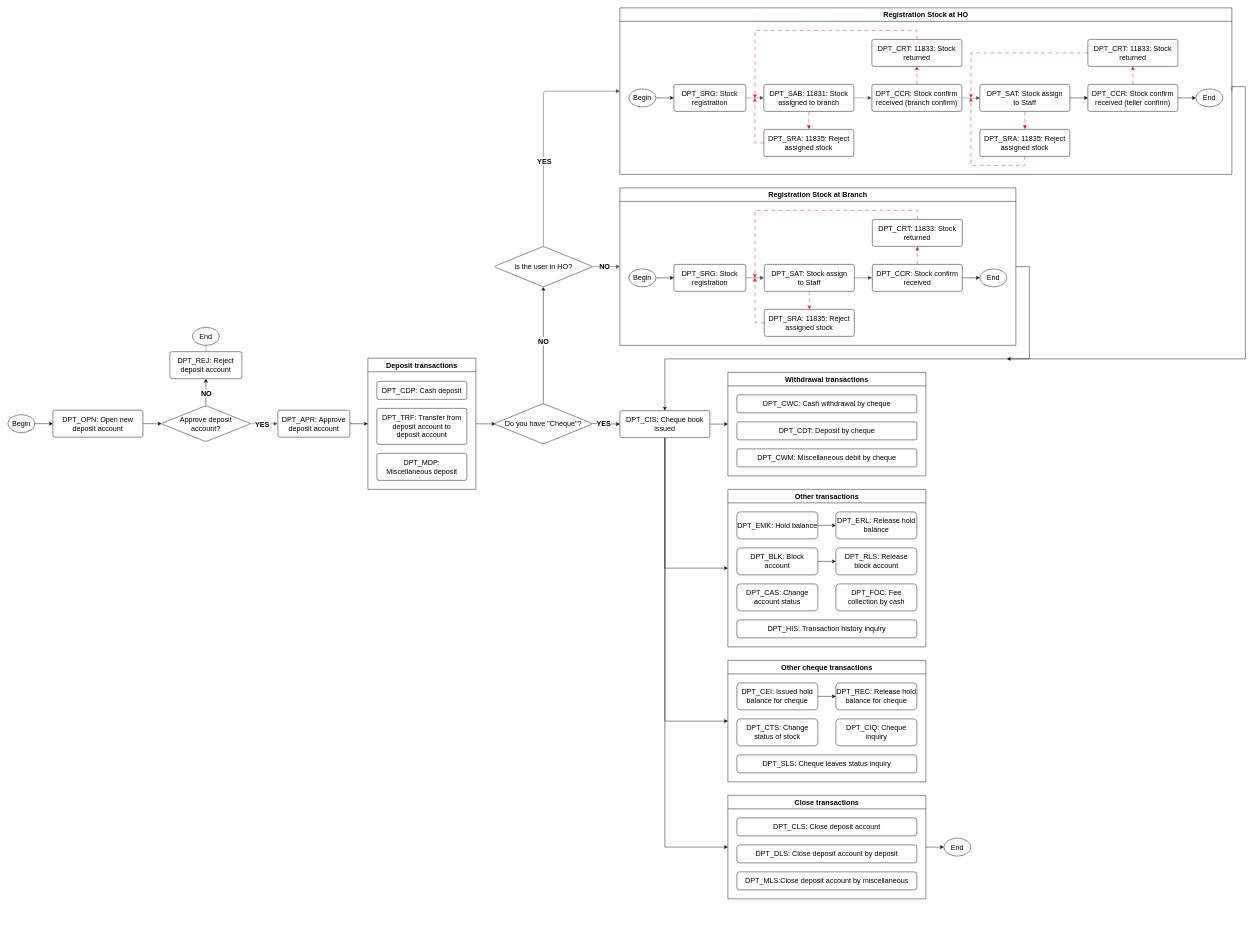
Above: page "Savings" (2 of 4) of DepositProcess.drawio in nhidy/my-drawio (draw.io), before the change. Source tidied: cells renumbered, new cells numbered last; positions are measured from the earlier drawing's top-left corner, leaving out a move shared by most shapes. Both pictures are drawn from the tidied source at 45%, with x=0, y=0 at pixel (8, 8).
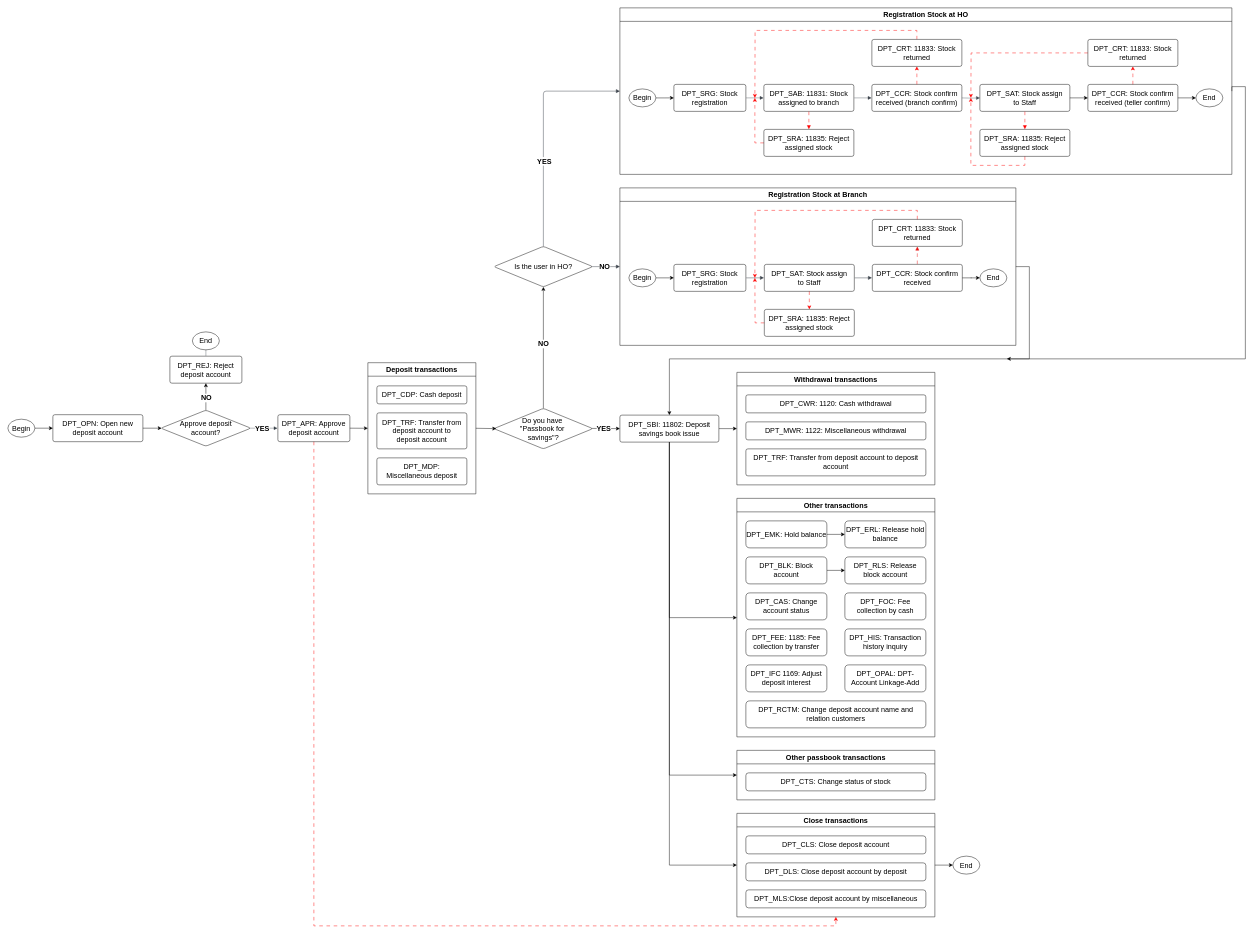
The same diagram, later.

Unchanged cells that the change refers to:
```xml
<mxCell id="39" value="Registration Stock at Branch" style="swimlane;whiteSpace=wrap;html=1;fontSize=16;startSize=30;" parent="1" vertex="1">
  <mxGeometry x="1360" y="400" width="880" height="350" as="geometry" />
</mxCell>
```

The edit, as a diff of the source:
```diff
@@
     <mxCell id="2" value="DPT_OPN: Open new deposit account" style="html=1;overflow=block;blockSpacing=1;whiteSpace=wrap;fontSize=16;spacing=9;strokeOpacity=100;fillOpacity=0;rounded=1;absoluteArcSize=1;arcSize=9;fillColor=#000000;strokeWidth=1;lucidId=C0K84pjTFIGe;labelBackgroundColor=none;" parent="1" vertex="1">
-      <mxGeometry x="100" y="894" width="200" height="60" as="geometry" />
+      <mxGeometry x="100" y="904" width="200" height="60" as="geometry" />
     </mxCell>
@@
     <mxCell id="5" value="Approve deposit account?" style="html=1;overflow=block;blockSpacing=1;whiteSpace=wrap;rhombus;fontSize=16;spacing=9;strokeOpacity=100;fillOpacity=0;rounded=1;absoluteArcSize=1;arcSize=9;fillColor=#000000;strokeWidth=1;lucidId=C0K8-goSnGRA;labelBackgroundColor=none;" parent="1" vertex="1">
-      <mxGeometry x="340" y="884" width="200" height="80" as="geometry" />
+      <mxGeometry x="340" y="894" width="200" height="80" as="geometry" />
     </mxCell>
     <mxCell id="6" value="DPT_REJ: Reject deposit account" style="html=1;overflow=block;blockSpacing=1;whiteSpace=wrap;fontSize=16;spacing=9;strokeOpacity=100;rounded=1;absoluteArcSize=1;arcSize=9;strokeWidth=1;lucidId=E1K8_GnM5wsY;labelBackgroundColor=none;fillColor=none;" parent="1" vertex="1">
-      <mxGeometry x="360" y="764" width="160" height="60" as="geometry" />
+      <mxGeometry x="360" y="774" width="160" height="60" as="geometry" />
     </mxCell>
@@
+    <mxCell id="109" style="edgeStyle=orthogonalEdgeStyle;rounded=0;jettySize=auto;html=1;exitX=0.5;exitY=1;exitDx=0;exitDy=0;entryX=0.5;entryY=1;entryDx=0;entryDy=0;dashed=1;dashPattern=8 8;strokeColor=#FF0000;" parent="1" edge="1" source="9" target="101">
+      <mxGeometry relative="1" as="geometry" />
+    </mxCell>
     <mxCell id="9" value="DPT_APR: Approve deposit account" style="html=1;overflow=block;blockSpacing=1;whiteSpace=wrap;fontSize=16;spacing=9;strokeOpacity=100;rounded=1;absoluteArcSize=1;arcSize=9;strokeWidth=1;lucidId=Q2K8Qx9mygk0;labelBackgroundColor=none;fillColor=none;" parent="1" vertex="1">
-      <mxGeometry x="600" y="894" width="160" height="60" as="geometry" />
+      <mxGeometry x="600" y="904" width="160" height="60" as="geometry" />
     </mxCell>
@@
-    <mxCell id="14" value="DPT_CIS: Cheque book issued" style="html=1;overflow=block;blockSpacing=1;whiteSpace=wrap;fontSize=16;spacing=9;strokeOpacity=100;rounded=1;absoluteArcSize=1;arcSize=9;strokeWidth=1;lucidId=A4K8zdcVxU0g;labelBackgroundColor=none;" parent="1" vertex="1">
-      <mxGeometry x="1360" y="895" width="200" height="60" as="geometry" />
+    <mxCell id="14" value="DPT_SBI: 11802: Deposit savings book issue" style="html=1;overflow=block;blockSpacing=1;whiteSpace=wrap;fontSize=16;spacing=9;strokeOpacity=100;rounded=1;absoluteArcSize=1;arcSize=9;strokeWidth=1;lucidId=A4K8zdcVxU0g;labelBackgroundColor=none;" parent="1" vertex="1">
+      <mxGeometry x="1360" y="905" width="220" height="60" as="geometry" />
     </mxCell>
@@
-    <mxCell id="17" value="Do you have &quot;Cheque&quot;?" style="html=1;overflow=block;blockSpacing=1;whiteSpace=wrap;rhombus;fontSize=16;spacing=9;strokeOpacity=100;fillOpacity=0;rounded=1;absoluteArcSize=1;arcSize=9;fillColor=#000000;strokeWidth=1;lucidId=m6K8SB-cduvH;labelBackgroundColor=none;" parent="1" vertex="1">
-      <mxGeometry x="1080" y="879.2" width="220" height="90" as="geometry" />
+    <mxCell id="17" value="Do you have&amp;nbsp;&lt;div&gt;&quot;Passbook&amp;nbsp;&lt;span style=&quot;background-color: transparent; color: light-dark(rgb(0, 0, 0), rgb(255, 255, 255));&quot;&gt;for&amp;nbsp;&lt;/span&gt;&lt;/div&gt;&lt;div&gt;&lt;span style=&quot;background-color: transparent; color: light-dark(rgb(0, 0, 0), rgb(255, 255, 255));&quot;&gt;savings&quot;?&lt;/span&gt;&lt;/div&gt;" style="html=1;overflow=block;blockSpacing=1;whiteSpace=wrap;rhombus;fontSize=16;spacing=9;strokeOpacity=100;fillOpacity=0;rounded=1;absoluteArcSize=1;arcSize=9;fillColor=#000000;strokeWidth=1;lucidId=m6K8SB-cduvH;labelBackgroundColor=none;" parent="1" vertex="1">
+      <mxGeometry x="1080" y="890" width="220" height="90" as="geometry" />
     </mxCell>
@@
     <mxCell id="23" style="html=1;jettySize=18;whiteSpace=wrap;fontSize=16;strokeColor=#3a414a;strokeOpacity=100;strokeWidth=0.8;rounded=1;arcSize=12;edgeStyle=orthogonalEdgeStyle;startArrow=none;endArrow=block;endFill=1;exitX=0.5;exitY=-0.01;exitPerimeter=0;entryX=0.5;entryY=1.015;entryPerimeter=0;lucidId=2zL8Nh6T.o6e;labelBackgroundColor=none;" parent="1" edge="1" source="6">
       <mxGeometry relative="1" as="geometry">
-        <mxPoint x="440" y="724.6" as="targetPoint" />
+        <mxPoint x="440" y="734.6" as="targetPoint" />
       </mxGeometry>
     </mxCell>
     <mxCell id="24" value="End" style="html=1;overflow=block;blockSpacing=1;whiteSpace=wrap;ellipse;fontSize=16;spacing=9;strokeOpacity=100;rounded=1;absoluteArcSize=1;arcSize=9;strokeWidth=NaN;lucidId=2zL8Q2and7EK;labelBackgroundColor=none;" parent="1" vertex="1">
-      <mxGeometry x="410" y="710" width="60" height="40" as="geometry" />
+      <mxGeometry x="410" y="720" width="60" height="40" as="geometry" />
     </mxCell>
@@
     <mxCell id="27" value="&lt;font&gt;Begin&lt;/font&gt;" style="ellipse;whiteSpace=wrap;html=1;fontSize=16;" parent="1" vertex="1">
-      <mxGeometry y="904" width="60" height="40" as="geometry" />
+      <mxGeometry y="914" width="60" height="40" as="geometry" />
     </mxCell>
     <mxCell id="28" value="Deposit transactions" style="swimlane;whiteSpace=wrap;html=1;fontSize=16;startSize=30;" parent="1" vertex="1">
-      <mxGeometry x="800" y="778.5" width="240" height="291.5" as="geometry" />
+      <mxGeometry x="800" y="788.5" width="240" height="291.5" as="geometry" />
     </mxCell>
@@
-    <mxCell id="32" style="endArrow=classic;html=1;rounded=0;exitX=1;exitY=0.5;exitDx=0;exitDy=0;fontSize=16;entryX=0.016;entryY=0.503;entryDx=0;entryDy=0;entryPerimeter=0;" parent="1" edge="1" source="28" target="17">
+    <mxCell id="32" style="endArrow=classic;html=1;rounded=0;exitX=1;exitY=0.5;exitDx=0;exitDy=0;fontSize=16;entryX=0.024;entryY=0.5;entryDx=0;entryDy=0;entryPerimeter=0;" parent="1" edge="1" source="28" target="17">
       <mxGeometry relative="1" as="geometry" />
     </mxCell>
@@
     <mxCell id="34" value="Withdrawal transactions" style="swimlane;whiteSpace=wrap;html=1;fontSize=16;startSize=30;" parent="1" vertex="1">
-      <mxGeometry x="1600" y="810" width="440" height="230" as="geometry" />
+      <mxGeometry x="1620" y="810" width="440" height="250" as="geometry" />
     </mxCell>
-    <mxCell id="35" value="DPT_CWC: Cash withdrawal by cheque" style="html=1;overflow=block;blockSpacing=1;whiteSpace=wrap;fontSize=16;spacing=9;strokeOpacity=100;rounded=1;absoluteArcSize=1;arcSize=9;strokeWidth=1;lucidId=Bm08SP1lj_z.;labelBackgroundColor=none;" parent="34" vertex="1">
+    <mxCell id="35" value="DPT_CWR: 1120: Cash withdrawal" style="html=1;overflow=block;blockSpacing=1;whiteSpace=wrap;fontSize=16;spacing=9;strokeOpacity=100;rounded=1;absoluteArcSize=1;arcSize=9;strokeWidth=1;lucidId=Bm08SP1lj_z.;labelBackgroundColor=none;" parent="34" vertex="1">
       <mxGeometry x="20" y="50" width="400" height="40" as="geometry" />
     </mxCell>
-    <mxCell id="36" value="DPT_CDT: Deposit by cheque" style="html=1;overflow=block;blockSpacing=1;whiteSpace=wrap;fontSize=16;spacing=9;strokeOpacity=100;rounded=1;absoluteArcSize=1;arcSize=9;strokeWidth=1;lucidId=zyL8M3RWzBDG;labelBackgroundColor=none;" parent="34" vertex="1">
+    <mxCell id="36" value="DPT_MWR: 1122: Miscellaneous withdrawal" style="html=1;overflow=block;blockSpacing=1;whiteSpace=wrap;fontSize=16;spacing=9;strokeOpacity=100;rounded=1;absoluteArcSize=1;arcSize=9;strokeWidth=1;lucidId=zyL8M3RWzBDG;labelBackgroundColor=none;" parent="34" vertex="1">
       <mxGeometry x="20" y="110" width="400" height="40" as="geometry" />
     </mxCell>
-    <mxCell id="37" value="DPT_CWM: Miscellaneous debit by cheque" style="html=1;overflow=block;blockSpacing=1;whiteSpace=wrap;fontSize=16;spacing=9;strokeOpacity=100;rounded=1;absoluteArcSize=1;arcSize=9;strokeWidth=1;lucidId=bn08uZzj-w-n;labelBackgroundColor=none;" parent="34" vertex="1">
-      <mxGeometry x="20" y="170" width="400" height="40" as="geometry" />
+    <mxCell id="37" value="DPT_TRF: Transfer from deposit account to deposit account" style="html=1;overflow=block;blockSpacing=1;whiteSpace=wrap;fontSize=16;spacing=9;strokeOpacity=100;rounded=1;absoluteArcSize=1;arcSize=9;strokeWidth=1;lucidId=bn08uZzj-w-n;labelBackgroundColor=none;" parent="34" vertex="1">
+      <mxGeometry x="20" y="170" width="400" height="60" as="geometry" />
     </mxCell>
     <mxCell id="38" style="edgeStyle=orthogonalEdgeStyle;rounded=0;jettySize=auto;html=1;exitX=1;exitY=0.5;exitDx=0;exitDy=0;entryX=0.5;entryY=0;entryDx=0;entryDy=0;fontSize=16;" parent="1" edge="1" source="39" target="14">
       <mxGeometry relative="1" as="geometry">
         <Array as="points">
           <mxPoint x="2270" y="575" />
           <mxPoint x="2270" y="780" />
-          <mxPoint x="1460" y="780" />
+          <mxPoint x="1470" y="780" />
         </Array>
       </mxGeometry>
     </mxCell>
@@
     <mxCell id="82" value="Other transactions" style="swimlane;whiteSpace=wrap;html=1;fontSize=16;startSize=30;" parent="1" vertex="1">
-      <mxGeometry x="1600" y="1070" width="440" height="350" as="geometry" />
+      <mxGeometry x="1620" y="1090" width="440" height="530" as="geometry" />
     </mxCell>
@@
     <mxCell id="90" value="DPT_HIS: Transaction history inquiry" style="rounded=1;whiteSpace=wrap;html=1;fontSize=16;" parent="82" vertex="1">
-      <mxGeometry x="20" y="290" width="400" height="40" as="geometry" />
+      <mxGeometry x="240" y="290" width="180" height="60" as="geometry" />
     </mxCell>
@@
+    <mxCell id="110" value="DPT_FEE: 1185: Fee collection by transfer" style="rounded=1;whiteSpace=wrap;html=1;fontSize=16;" parent="82" vertex="1">
+      <mxGeometry x="20" y="290" width="180" height="60" as="geometry" />
+    </mxCell>
+    <mxCell id="111" value="DPT_IFC&lt;span style=&quot;white-space:pre&quot;&gt;&#9;&lt;/span&gt;1169: Adjust deposit interest" style="rounded=1;whiteSpace=wrap;html=1;fontSize=16;" parent="82" vertex="1">
+      <mxGeometry x="20" y="370" width="180" height="60" as="geometry" />
+    </mxCell>
+    <mxCell id="112" value="DPT_RCTM: Change deposit account name and relation customers" style="rounded=1;whiteSpace=wrap;html=1;fontSize=16;" parent="82" vertex="1">
+      <mxGeometry x="20" y="450" width="400" height="60" as="geometry" />
+    </mxCell>
+    <mxCell id="113" value="DPT_OPAL: DPT-Account Linkage-Add" style="rounded=1;whiteSpace=wrap;html=1;fontSize=16;" parent="82" vertex="1">
+      <mxGeometry x="240" y="370" width="180" height="60" as="geometry" />
+    </mxCell>
-    <mxCell id="92" value="Other cheque transactions" style="swimlane;whiteSpace=wrap;html=1;fontSize=16;startSize=30;" parent="1" vertex="1">
-      <mxGeometry x="1600" y="1450" width="440" height="270" as="geometry" />
+    <mxCell id="92" value="Other passbook transactions" style="swimlane;whiteSpace=wrap;html=1;fontSize=16;startSize=30;" parent="1" vertex="1">
+      <mxGeometry x="1620" y="1650" width="440" height="110" as="geometry" />
     </mxCell>
@@
-    <mxCell id="94" style="edgeStyle=orthogonalEdgeStyle;rounded=0;jettySize=auto;html=1;exitX=1;exitY=0.5;exitDx=0;exitDy=0;entryX=0;entryY=0.5;entryDx=0;entryDy=0;fontSize=16;" parent="92" edge="1" source="95" target="96">
-      <mxGeometry relative="1" as="geometry" />
+    <mxCell id="94" style="edgeStyle=orthogonalEdgeStyle;rounded=0;orthogonalLoop=1;jettySize=auto;html=1;exitX=1;exitY=0.5;exitDx=0;exitDy=0;entryX=0;entryY=0.5;entryDx=0;entryDy=0;fontSize=16;" parent="92" edge="1">
+      <mxGeometry relative="1" as="geometry">
+        <mxPoint x="240" y="80" as="targetPoint" />
+      </mxGeometry>
     </mxCell>
-    <mxCell id="95" value="DPT_CEI: Issued hold balance for cheque" style="rounded=1;whiteSpace=wrap;html=1;fontSize=16;" parent="92" vertex="1">
-      <mxGeometry x="20" y="50" width="180" height="60" as="geometry" />
-    </mxCell>
-    <mxCell id="96" value="DPT_REC: Release hold balance for cheque" style="rounded=1;whiteSpace=wrap;html=1;fontSize=16;" parent="92" vertex="1">
-      <mxGeometry x="240" y="50" width="180" height="60" as="geometry" />
-    </mxCell>
     <mxCell id="97" value="DPT_CTS: Change status of stock" style="rounded=1;whiteSpace=wrap;html=1;fontSize=16;" parent="92" vertex="1">
-      <mxGeometry x="20" y="130" width="180" height="60" as="geometry" />
+      <mxGeometry x="20" y="50" width="400" height="40" as="geometry" />
     </mxCell>
-    <mxCell id="98" value="DPT_CIQ: Cheque inquiry" style="rounded=1;whiteSpace=wrap;html=1;fontSize=16;" parent="92" vertex="1">
-      <mxGeometry x="240" y="130" width="180" height="60" as="geometry" />
-    </mxCell>
-    <mxCell id="99" value="DPT_SLS: Cheque leaves status inquiry" style="rounded=1;whiteSpace=wrap;html=1;fontSize=16;" parent="92" vertex="1">
-      <mxGeometry x="20" y="210" width="400" height="40" as="geometry" />
-    </mxCell>
@@
     <mxCell id="101" value="Close &lt;span style=&quot;background-color: transparent; color: light-dark(rgb(0, 0, 0), rgb(255, 255, 255));&quot;&gt;transactions&lt;/span&gt;" style="swimlane;whiteSpace=wrap;html=1;startSize=30;fontSize=16;" parent="1" vertex="1">
-      <mxGeometry x="1600" y="1750" width="440" height="230" as="geometry" />
+      <mxGeometry x="1620" y="1790" width="440" height="230" as="geometry" />
     </mxCell>
@@
     <mxCell id="105" value="&lt;font&gt;End&lt;/font&gt;" style="ellipse;whiteSpace=wrap;html=1;fontSize=16;" parent="1" vertex="1">
-      <mxGeometry x="2080" y="1845" width="60" height="40" as="geometry" />
+      <mxGeometry x="2100" y="1885" width="60" height="40" as="geometry" />
     </mxCell>
```
